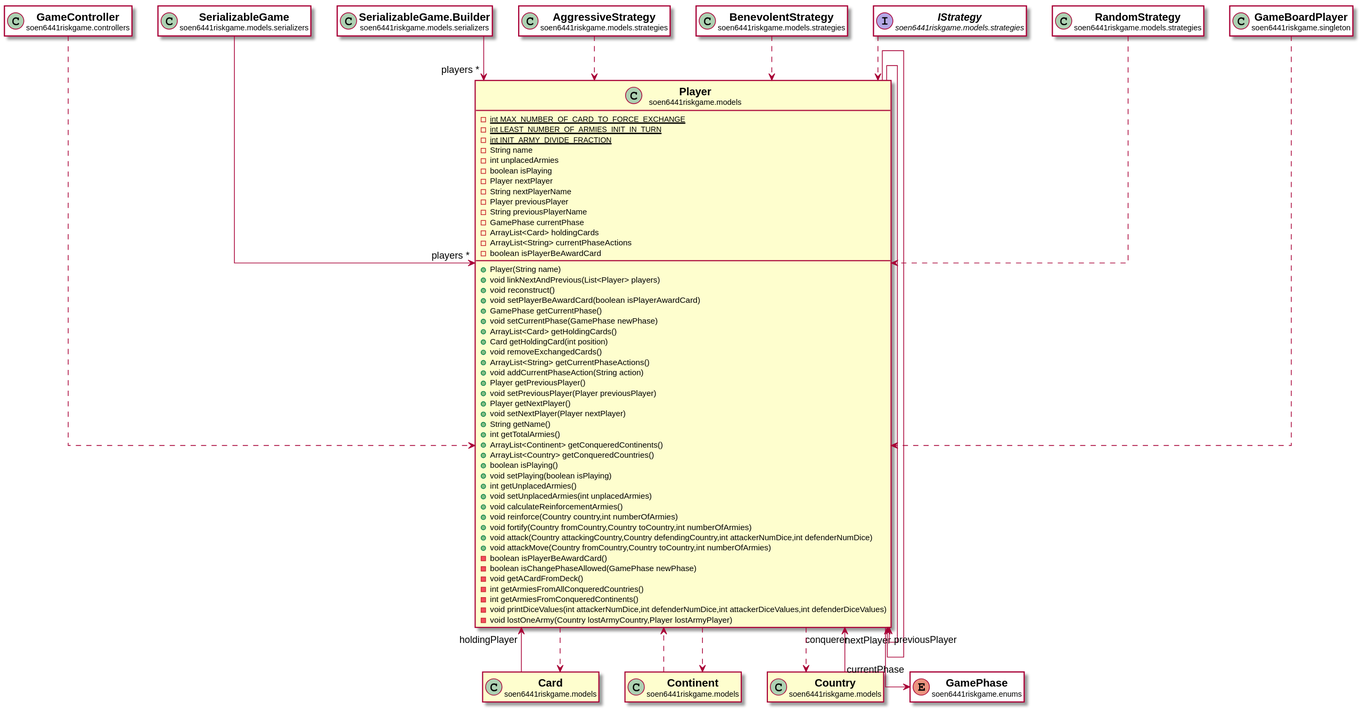
Before: docs/javadocs/soen6441riskgame/models/Player.svg, a diagram exported from PlantUML (huntertran/soen6441-riskgame).
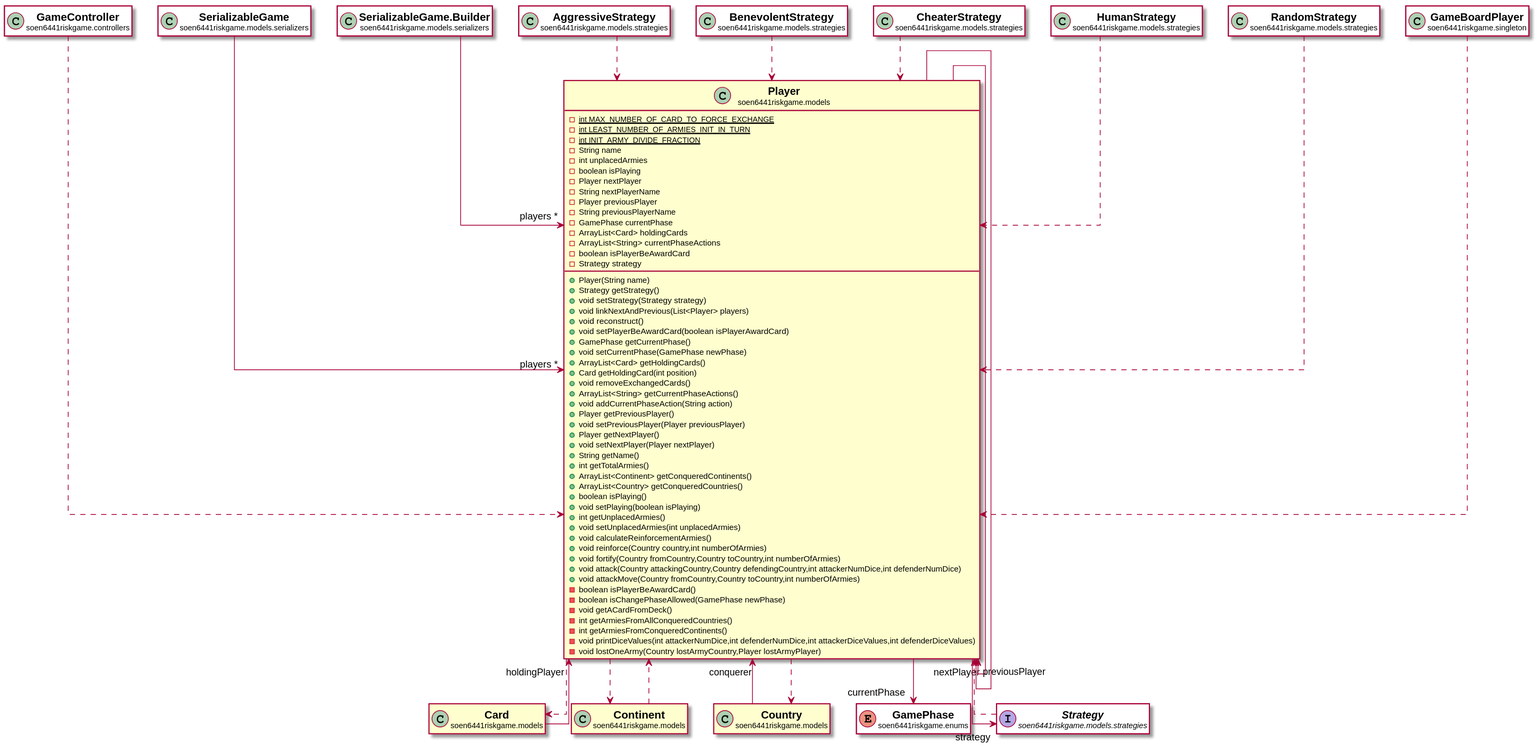
Above is the later version.

The edit, as a diff of the source:
```diff
@@ -18,7 +18,10 @@
 -ArrayList<Card> holdingCards
 -ArrayList<String> currentPhaseActions
 -boolean isPlayerBeAwardCard
+-Strategy strategy
 +Player(String name)
++Strategy getStrategy()
++void setStrategy(Strategy strategy)
 +void linkNextAndPrevious(List<Player> players)
 +void reconstruct()
 +void setPlayerBeAwardCard(boolean isPlayerAwardCard)
@@ -64,6 +67,7 @@
 
 soen6441riskgame.controllers.GameController ..> soen6441riskgame.models.Player
 
+
 class "<b><size:14>Card</b>\n<size:10>soen6441riskgame.models" as soen6441riskgame.models.Card  [[../../soen6441riskgame/models/Card.html{soen6441riskgame.models.Card}]] {
 }
 
@@ -103,6 +107,14 @@
 
 soen6441riskgame.models.Player ..> soen6441riskgame.models.Card
 
+
+interface "<b><size:14>Strategy</b>\n<size:10>soen6441riskgame.models.strategies" as soen6441riskgame.models.strategies.Strategy  [[../../soen6441riskgame/models/strategies/Strategy.html{soen6441riskgame.models.strategies.Strategy}]] #white {
+}
+
+hide soen6441riskgame.models.strategies.Strategy fields
+hide soen6441riskgame.models.strategies.Strategy methods
+
+soen6441riskgame.models.Player -->  "strategy" soen6441riskgame.models.strategies.Strategy
 
 
 
@@ -144,13 +156,21 @@
 
 soen6441riskgame.models.strategies.BenevolentStrategy ..> soen6441riskgame.models.Player
 
-interface "<b><size:14>IStrategy</b>\n<size:10>soen6441riskgame.models.strategies" as soen6441riskgame.models.strategies.IStrategy  [[../../soen6441riskgame/models/strategies/IStrategy.html{soen6441riskgame.models.strategies.IStrategy}]] #white {
+class "<b><size:14>CheaterStrategy</b>\n<size:10>soen6441riskgame.models.strategies" as soen6441riskgame.models.strategies.CheaterStrategy  [[../../soen6441riskgame/models/strategies/CheaterStrategy.html{soen6441riskgame.models.strategies.CheaterStrategy}]] #white {
 }
 
-hide soen6441riskgame.models.strategies.IStrategy fields
-hide soen6441riskgame.models.strategies.IStrategy methods
+hide soen6441riskgame.models.strategies.CheaterStrategy fields
+hide soen6441riskgame.models.strategies.CheaterStrategy methods
 
-soen6441riskgame.models.strategies.IStrategy ..> soen6441riskgame.models.Player
+soen6441riskgame.models.strategies.CheaterStrategy ..> soen6441riskgame.models.Player
+
+class "<b><size:14>HumanStrategy</b>\n<size:10>soen6441riskgame.models.strategies" as soen6441riskgame.models.strategies.HumanStrategy  [[../../soen6441riskgame/models/strategies/HumanStrategy.html{soen6441riskgame.models.strategies.HumanStrategy}]] #white {
+}
+
+hide soen6441riskgame.models.strategies.HumanStrategy fields
+hide soen6441riskgame.models.strategies.HumanStrategy methods
+
+soen6441riskgame.models.strategies.HumanStrategy ..> soen6441riskgame.models.Player
 
 class "<b><size:14>RandomStrategy</b>\n<size:10>soen6441riskgame.models.strategies" as soen6441riskgame.models.strategies.RandomStrategy  [[../../soen6441riskgame/models/strategies/RandomStrategy.html{soen6441riskgame.models.strategies.RandomStrategy}]] #white {
 }
@@ -159,6 +179,8 @@
 hide soen6441riskgame.models.strategies.RandomStrategy methods
 
 soen6441riskgame.models.strategies.RandomStrategy ..> soen6441riskgame.models.Player
+
+soen6441riskgame.models.strategies.Strategy ..> soen6441riskgame.models.Player
 
 class "<b><size:14>GameBoardPlayer</b>\n<size:10>soen6441riskgame.singleton" as soen6441riskgame.singleton.GameBoardPlayer  [[../../soen6441riskgame/singleton/GameBoardPlayer.html{soen6441riskgame.singleton.GameBoardPlayer}]] #white {
 }
```
